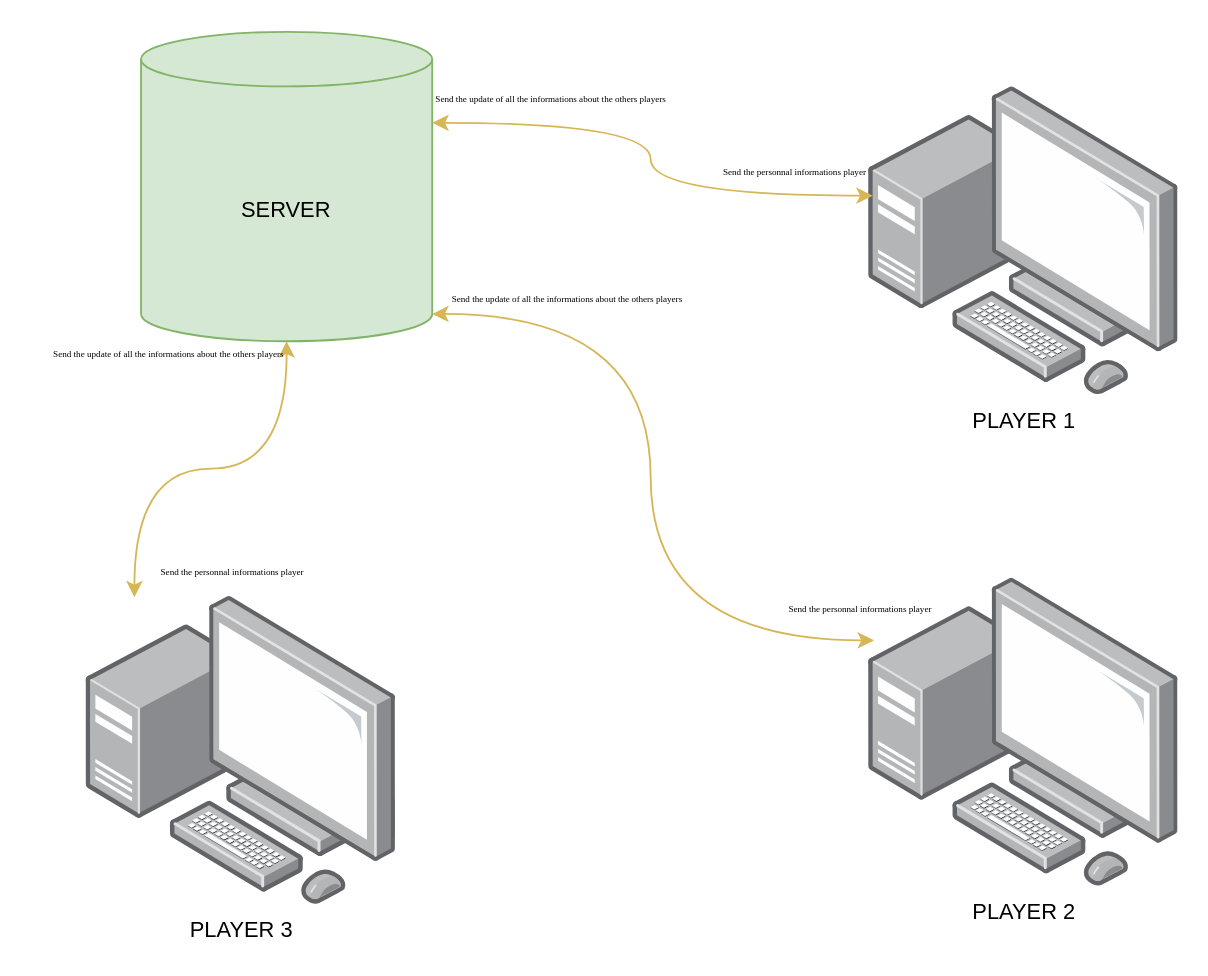
This is Schema_situation.drawio from Yloan/Projet_pygame, a draw.io file, before an edit. Source tidied: cells renumbered, new cells numbered last; positions are measured from the earlier drawing's top-left corner, leaving out a move shared by most shapes. Both pictures are drawn from the tidied source at 182%, with x=0, y=0 at pixel (31, 31).
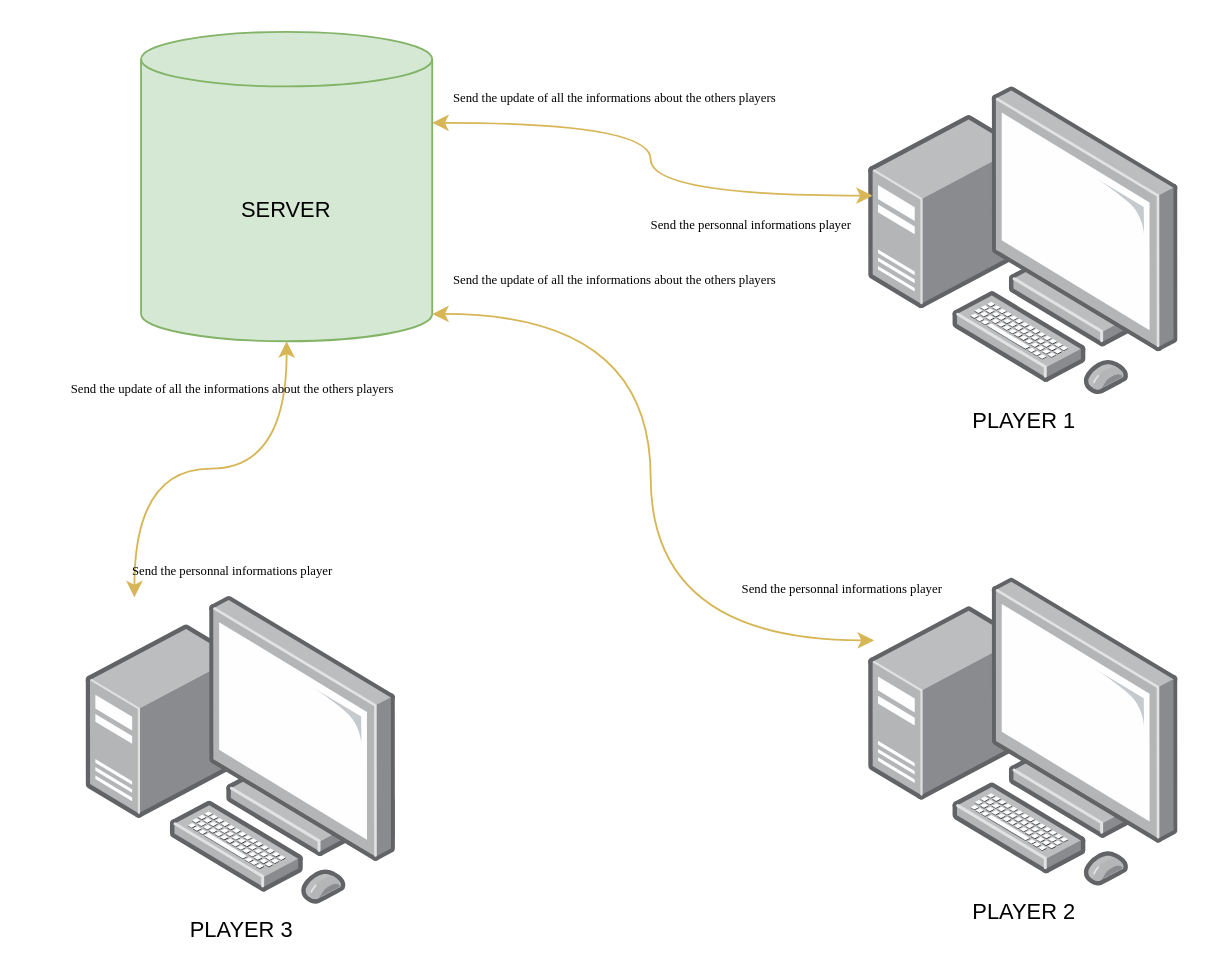
The same diagram, later.

What changed in the source:
```diff
@@
 <mxGraphModel>
   <root>
     <mxCell id="0" />
     <mxCell id="1" parent="0" />
     <mxCell id="2" value="SERVER" style="shape=cylinder3;whiteSpace=wrap;html=1;boundedLbl=1;backgroundOutline=1;size=15;fillColor=#d5e8d4;strokeColor=#82b366;" parent="1" vertex="1">
       <mxGeometry x="60" width="160" height="170" as="geometry" />
     </mxCell>
     <mxCell id="3" value="PLAYER 1" style="image;points=[];html=1;align=center;shadow=0;dashed=0;image=img/lib/allied_telesis/computer_and_terminals/Personal_Computer_with_Server.svg;" parent="1" vertex="1">
       <mxGeometry x="460" y="30" width="170" height="170" as="geometry" />
     </mxCell>
     <mxCell id="4" value="PLAYER 2" style="image;points=[];html=1;align=center;shadow=0;dashed=0;image=img/lib/allied_telesis/computer_and_terminals/Personal_Computer_with_Server.svg;" parent="1" vertex="1">
       <mxGeometry x="460" y="300" width="170" height="170" as="geometry" />
     </mxCell>
     <mxCell id="5" value="PLAYER 3" style="image;points=[];html=1;align=center;shadow=0;dashed=0;image=img/lib/allied_telesis/computer_and_terminals/Personal_Computer_with_Server.svg;" parent="1" vertex="1">
       <mxGeometry x="30" y="310" width="170" height="170" as="geometry" />
     </mxCell>
     <mxCell id="6" style="endArrow=classic;startArrow=classic;html=1;rounded=0;fillColor=#fff2cc;strokeColor=#d6b656;edgeStyle=orthogonalEdgeStyle;curved=1;entryX=1;entryY=1;entryDx=0;entryDy=-15;entryPerimeter=0;exitX=0.016;exitY=0.202;exitDx=0;exitDy=0;exitPerimeter=0;" parent="1" edge="1" source="4" target="2">
       <mxGeometry relative="1" as="geometry" />
     </mxCell>
     <mxCell id="7" style="endArrow=classic;startArrow=classic;html=1;rounded=0;fillColor=#fff2cc;strokeColor=#d6b656;edgeStyle=orthogonalEdgeStyle;curved=1;entryX=0.5;entryY=1;entryDx=0;entryDy=0;entryPerimeter=0;exitX=0.155;exitY=0.004;exitDx=0;exitDy=0;exitPerimeter=0;" parent="1" edge="1" source="5" target="2">
       <mxGeometry relative="1" as="geometry" />
     </mxCell>
     <mxCell id="8" style="endArrow=classic;startArrow=classic;html=1;rounded=0;fillColor=#fff2cc;strokeColor=#d6b656;edgeStyle=orthogonalEdgeStyle;curved=1;entryX=1;entryY=0;entryDx=0;entryDy=50;entryPerimeter=0;exitX=0.012;exitY=0.353;exitDx=0;exitDy=0;exitPerimeter=0;" parent="1" edge="1" source="3" target="2">
       <mxGeometry relative="1" as="geometry" />
     </mxCell>
-    <mxCell id="9" value="&lt;font face=&quot;Garamond&quot; style=&quot;font-size: 5px;&quot;&gt;Send the personnal informations player&lt;/font&gt;" style="text;html=1;align=center;verticalAlign=middle;strokeColor=none;fillColor=none;" parent="1" vertex="1">
-      <mxGeometry x="405" y="300" width="100" height="30" as="geometry" />
+    <mxCell id="9" value="&lt;font face=&quot;Garamond&quot; style=&quot;font-size: 7px;&quot;&gt;Send the personnal informations player&lt;/font&gt;" style="text;html=1;align=center;verticalAlign=middle;strokeColor=none;fillColor=none;" parent="1" vertex="1">
+      <mxGeometry x="380" y="290" width="130" height="30" as="geometry" />
     </mxCell>
-    <mxCell id="10" value="&lt;font face=&quot;Garamond&quot; style=&quot;font-size: 5px;&quot;&gt;Send the update of all the informations about the others players&lt;/font&gt;" style="text;html=1;align=center;verticalAlign=middle;strokeColor=none;fillColor=none;" parent="1" vertex="1">
-      <mxGeometry x="219" y="130" width="150" height="30" as="geometry" />
+    <mxCell id="10" value="&lt;font face=&quot;Garamond&quot; style=&quot;font-size: 7px;&quot;&gt;Send the update of all the informations about the others players&lt;/font&gt;" style="text;html=1;align=center;verticalAlign=middle;strokeColor=none;fillColor=none;" parent="1" vertex="1">
+      <mxGeometry x="220" y="120" width="200" height="30" as="geometry" />
     </mxCell>
-    <mxCell id="11" value="&lt;font face=&quot;Garamond&quot; style=&quot;font-size: 5px;&quot;&gt;Send the update of all the informations about the others players&lt;/font&gt;" style="text;html=1;align=center;verticalAlign=middle;strokeColor=none;fillColor=none;" parent="1" vertex="1">
-      <mxGeometry y="160" width="150" height="30" as="geometry" />
+    <mxCell id="11" value="&lt;font face=&quot;Garamond&quot; style=&quot;font-size: 7px;&quot;&gt;Send the update of all the informations about the others players&lt;/font&gt;" style="text;html=1;align=center;verticalAlign=middle;strokeColor=none;fillColor=none;" parent="1" vertex="1">
+      <mxGeometry x="10" y="180" width="200" height="30" as="geometry" />
     </mxCell>
-    <mxCell id="12" value="&lt;font face=&quot;Garamond&quot; style=&quot;font-size: 5px;&quot;&gt;Send the personnal informations player&lt;/font&gt;" style="text;html=1;align=center;verticalAlign=middle;strokeColor=none;fillColor=none;" parent="1" vertex="1">
-      <mxGeometry x="60" y="280" width="100" height="30" as="geometry" />
+    <mxCell id="12" value="&lt;font face=&quot;Garamond&quot; style=&quot;font-size: 7px;&quot;&gt;Send the personnal informations player&lt;/font&gt;" style="text;html=1;align=center;verticalAlign=middle;strokeColor=none;fillColor=none;" parent="1" vertex="1">
+      <mxGeometry x="45" y="280" width="130" height="30" as="geometry" />
     </mxCell>
-    <mxCell id="13" value="&lt;font face=&quot;Garamond&quot; style=&quot;font-size: 5px;&quot;&gt;Send the personnal informations player&lt;/font&gt;" style="text;html=1;align=center;verticalAlign=middle;strokeColor=none;fillColor=none;" parent="1" vertex="1">
-      <mxGeometry x="369" y="60" width="100" height="30" as="geometry" />
+    <mxCell id="13" value="&lt;font face=&quot;Garamond&quot; style=&quot;font-size: 7px;&quot;&gt;Send the personnal informations player&lt;/font&gt;" style="text;html=1;align=center;verticalAlign=middle;strokeColor=none;fillColor=none;" parent="1" vertex="1">
+      <mxGeometry x="330" y="90" width="130" height="30" as="geometry" />
     </mxCell>
-    <mxCell id="14" value="&lt;font face=&quot;Garamond&quot; style=&quot;font-size: 5px;&quot;&gt;Send the update of all the informations about the others players&lt;/font&gt;" style="text;html=1;align=center;verticalAlign=middle;strokeColor=none;fillColor=none;" parent="1" vertex="1">
-      <mxGeometry x="210" y="20" width="150" height="30" as="geometry" />
+    <mxCell id="14" value="&lt;font face=&quot;Garamond&quot; style=&quot;font-size: 7px;&quot;&gt;Send the update of all the informations about the others players&lt;/font&gt;" style="text;html=1;align=center;verticalAlign=middle;strokeColor=none;fillColor=none;" parent="1" vertex="1">
+      <mxGeometry x="220" y="20" width="200" height="30" as="geometry" />
     </mxCell>
   </root>
 </mxGraphModel>
```
